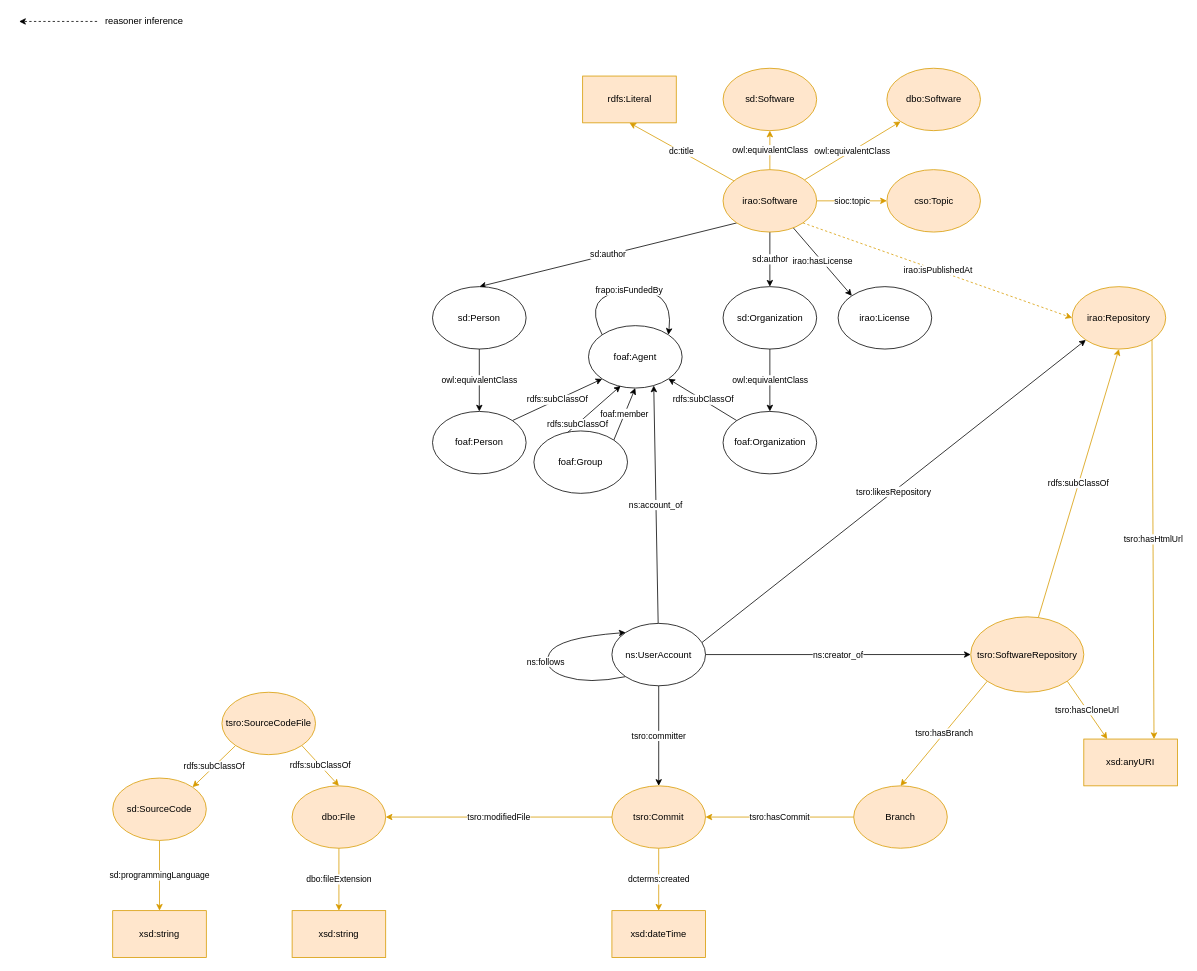
sabato-nocera/tsro keeps this draw.io diagram as ontologies/The Software Repository Ontology.drawio. Above is the earlier version. Source tidied: cells renumbered, new cells numbered last; positions are measured from the earlier drawing's top-left corner, leaving out a move shared by most shapes. Both pictures are drawn from the tidied source at 78%, with x=0, y=0 at pixel (19, 13).
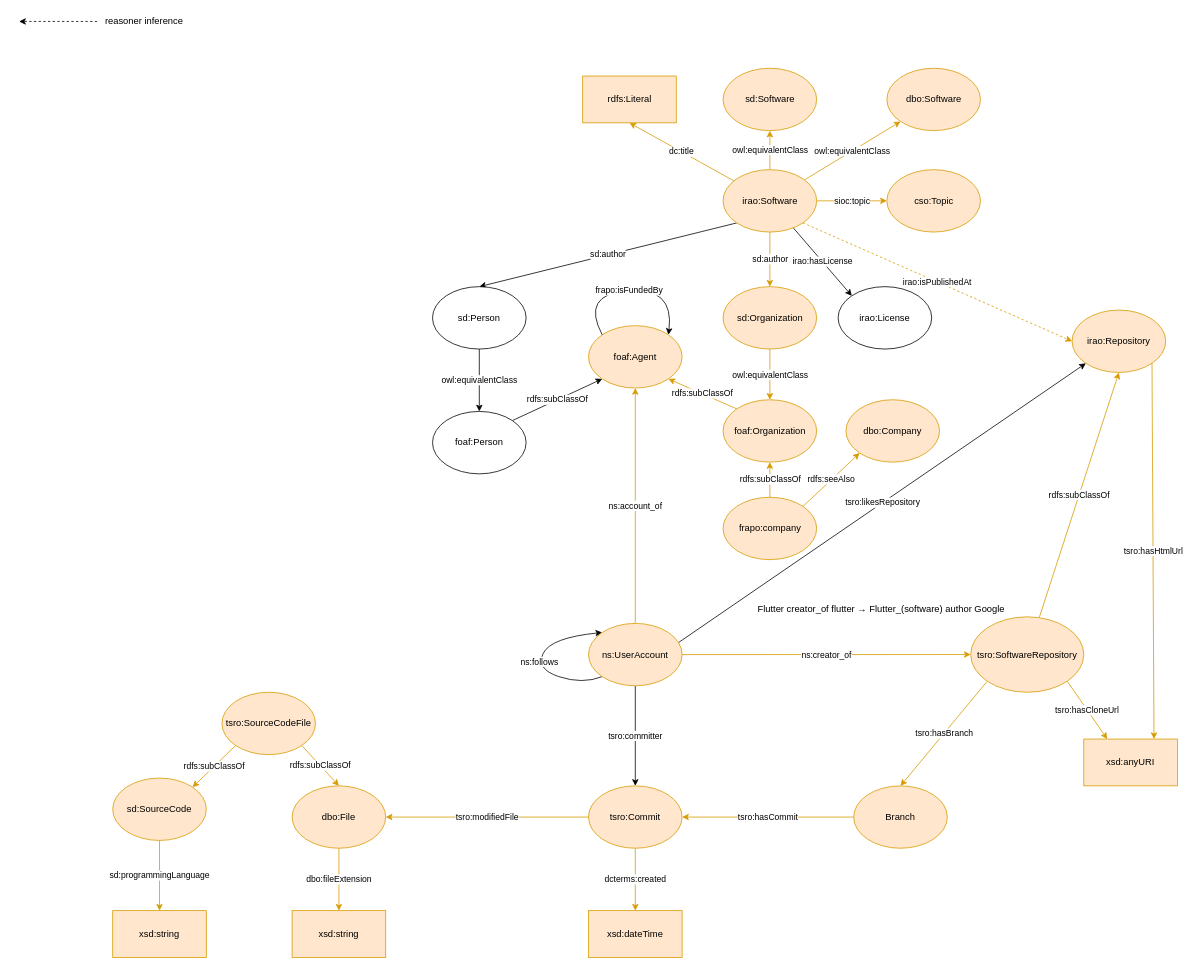
The same page after the edit.

Commit message (it also covers changes not shown here):
Creazione istanze per User Account e committer

The change refers to these unchanged cells:
```xml
<mxCell id="4" value="dbo:File" style="ellipse;whiteSpace=wrap;html=1;fillColor=#ffe6cc;strokeColor=#d79b00;" parent="1" vertex="1">
  <mxGeometry x="350" y="990" width="120" height="80" as="geometry" />
</mxCell>
<mxCell id="14" value="tsro:SoftwareRepository" style="ellipse;whiteSpace=wrap;html=1;fillColor=#ffe6cc;strokeColor=#d79b00;" parent="1" vertex="1">
  <mxGeometry x="1220" y="773.3" width="145" height="96.7" as="geometry" />
</mxCell>
<mxCell id="29" value="irao:Software" style="ellipse;whiteSpace=wrap;html=1;fillColor=#ffe6cc;strokeColor=#d79b00;" parent="1" vertex="1">
  <mxGeometry x="902.5" y="200" width="120" height="80" as="geometry" />
</mxCell>
```

The edit, as a diff of the source:
```diff
@@
     <mxCell id="2" value="irao:Repository" style="ellipse;whiteSpace=wrap;html=1;fillColor=#ffe6cc;strokeColor=#d79b00;" parent="1" vertex="1">
-      <mxGeometry x="1350" y="350" width="120" height="80" as="geometry" />
+      <mxGeometry x="1350" y="380" width="120" height="80" as="geometry" />
     </mxCell>
@@
     <mxCell id="6" value="tsro:Commit" style="ellipse;whiteSpace=wrap;html=1;fillColor=#ffe6cc;strokeColor=#d79b00;" parent="1" vertex="1">
-      <mxGeometry x="760" y="990" width="120" height="80" as="geometry" />
+      <mxGeometry x="730" y="990" width="120" height="80" as="geometry" />
     </mxCell>
@@
-    <mxCell id="10" value="tsro:modifiedFile" style="edgeStyle=none;rounded=0;jettySize=auto;html=1;entryX=1;entryY=0.5;entryDx=0;entryDy=0;exitX=0;exitY=0.5;exitDx=0;exitDy=0;fillColor=#ffe6cc;strokeColor=#d79b00;" parent="1" edge="1" source="6" target="4">
+    <mxCell id="10" value="tsro:modifiedFile" style="jettySize=auto;html=1;entryX=1;entryY=0.5;entryDx=0;entryDy=0;exitX=0;exitY=0.5;exitDx=0;exitDy=0;fillColor=#ffe6cc;strokeColor=#d79b00;rounded=0;" parent="1" edge="1" source="6" target="4">
       <mxGeometry relative="1" as="geometry" />
     </mxCell>
@@
-    <mxCell id="15" value="ns:account_of" style="edgeStyle=none;rounded=0;jettySize=auto;html=1;entryX=0.697;entryY=0.96;entryDx=0;entryDy=0;entryPerimeter=0;" parent="1" edge="1" source="20" target="54">
+    <mxCell id="15" value="ns:account_of" style="edgeStyle=none;rounded=0;jettySize=auto;html=1;entryX=0.5;entryY=1;entryDx=0;entryDy=0;fillColor=#ffe6cc;strokeColor=#d79b00;" parent="1" edge="1" source="20" target="54">
       <mxGeometry relative="1" as="geometry" />
     </mxCell>
-    <mxCell id="16" value="ns:creator_of" style="edgeStyle=none;rounded=0;jettySize=auto;html=1;entryX=0;entryY=0.5;entryDx=0;entryDy=0;" parent="1" edge="1" source="20" target="14">
+    <mxCell id="16" value="ns:creator_of" style="edgeStyle=none;rounded=0;jettySize=auto;html=1;entryX=0;entryY=0.5;entryDx=0;entryDy=0;fillColor=#ffe6cc;strokeColor=#d79b00;" parent="1" edge="1" source="20" target="14">
       <mxGeometry relative="1" as="geometry" />
     </mxCell>
@@
     <mxCell id="18" value="ns:follows" style="edgeStyle=none;orthogonalLoop=1;jettySize=auto;html=1;curved=1;entryX=0;entryY=0;entryDx=0;entryDy=0;exitX=0;exitY=1;exitDx=0;exitDy=0;" parent="1" edge="1" source="20" target="20">
       <mxGeometry relative="1" as="geometry">
         <Array as="points">
-          <mxPoint x="730" y="860" />
-          <mxPoint x="670" y="840" />
-          <mxPoint x="690" y="800" />
+          <mxPoint x="722" y="860" />
+          <mxPoint x="662" y="840" />
+          <mxPoint x="682" y="800" />
         </Array>
       </mxGeometry>
     </mxCell>
@@
-    <mxCell id="20" value="ns:UserAccount" style="ellipse;whiteSpace=wrap;html=1;" parent="1" vertex="1">
-      <mxGeometry x="760" y="781.7" width="120" height="80" as="geometry" />
+    <mxCell id="20" value="ns:UserAccount" style="ellipse;whiteSpace=wrap;html=1;fillColor=#ffe6cc;strokeColor=#d79b00;" parent="1" vertex="1">
+      <mxGeometry x="730" y="781.7" width="120" height="80" as="geometry" />
     </mxCell>
@@
-    <mxCell id="27" value="sd:author" style="edgeStyle=none;rounded=0;jettySize=auto;html=1;entryX=0.5;entryY=0;entryDx=0;entryDy=0;exitX=0.5;exitY=1;exitDx=0;exitDy=0;" parent="1" edge="1" source="29" target="46">
+    <mxCell id="27" value="sd:author" style="edgeStyle=none;rounded=0;jettySize=auto;html=1;entryX=0.5;entryY=0;entryDx=0;entryDy=0;exitX=0.5;exitY=1;exitDx=0;exitDy=0;fillColor=#ffe6cc;strokeColor=#d79b00;" parent="1" edge="1" source="29" target="46">
       <mxGeometry relative="1" as="geometry" />
     </mxCell>
@@
-    <mxCell id="45" value="owl:equivalentClass" style="edgeStyle=none;rounded=0;jettySize=auto;html=1;entryX=0.5;entryY=0;entryDx=0;entryDy=0;" parent="1" edge="1" source="46" target="51">
+    <mxCell id="45" value="owl:equivalentClass" style="edgeStyle=none;rounded=0;jettySize=auto;html=1;entryX=0.5;entryY=0;entryDx=0;entryDy=0;fillColor=#ffe6cc;strokeColor=#d79b00;" parent="1" edge="1" source="46" target="51">
       <mxGeometry relative="1" as="geometry" />
     </mxCell>
-    <mxCell id="46" value="sd:Organization" style="ellipse;whiteSpace=wrap;html=1;" parent="1" vertex="1">
+    <mxCell id="46" value="sd:Organization" style="ellipse;whiteSpace=wrap;html=1;fillColor=#ffe6cc;strokeColor=#d79b00;" parent="1" vertex="1">
       <mxGeometry x="902.5" y="350" width="120" height="80" as="geometry" />
     </mxCell>
@@
-    <mxCell id="50" value="rdfs:subClassOf" style="edgeStyle=none;rounded=0;jettySize=auto;html=1;exitX=0;exitY=0;exitDx=0;exitDy=0;entryX=1;entryY=1;entryDx=0;entryDy=0;" parent="1" edge="1" source="51" target="54">
+    <mxCell id="50" value="rdfs:subClassOf" style="edgeStyle=none;rounded=0;jettySize=auto;html=1;exitX=0;exitY=0;exitDx=0;exitDy=0;entryX=1;entryY=1;entryDx=0;entryDy=0;fillColor=#ffe6cc;strokeColor=#d79b00;" parent="1" edge="1" source="51" target="54">
       <mxGeometry relative="1" as="geometry" />
     </mxCell>
-    <mxCell id="51" value="foaf:Organization" style="ellipse;whiteSpace=wrap;html=1;" parent="1" vertex="1">
-      <mxGeometry x="902.5" y="510" width="120" height="80" as="geometry" />
+    <mxCell id="51" value="foaf:Organization" style="ellipse;whiteSpace=wrap;html=1;fillColor=#ffe6cc;strokeColor=#d79b00;" parent="1" vertex="1">
+      <mxGeometry x="902.5" y="495" width="120" height="80" as="geometry" />
     </mxCell>
     <mxCell id="52" value="xsd:dateTime" style="whiteSpace=wrap;html=1;fillColor=#ffe6cc;strokeColor=#d79b00;" parent="1" vertex="1">
-      <mxGeometry x="760" y="1150" width="120" height="60" as="geometry" />
+      <mxGeometry x="730" y="1150" width="120" height="60" as="geometry" />
     </mxCell>
@@
-    <mxCell id="54" value="foaf:Agent" style="ellipse;whiteSpace=wrap;html=1;" parent="1" vertex="1">
+    <mxCell id="54" value="foaf:Agent" style="ellipse;whiteSpace=wrap;html=1;fillColor=#ffe6cc;strokeColor=#d79b00;" parent="1" vertex="1">
       <mxGeometry x="730" y="400" width="120" height="80" as="geometry" />
     </mxCell>
+    <mxCell id="58" value="frapo:isFundedBy" style="edgeStyle=none;orthogonalLoop=1;jettySize=auto;html=1;curved=1;entryX=1;entryY=0;entryDx=0;entryDy=0;exitX=0;exitY=0;exitDx=0;exitDy=0;" parent="1" edge="1" source="54" target="54">
+      <mxGeometry relative="1" as="geometry">
+        <Array as="points">
+          <mxPoint x="720" y="360" />
+          <mxPoint x="840" y="350" />
+        </Array>
+      </mxGeometry>
+    </mxCell>
-    <mxCell id="55" value="rdfs:subClassOf" style="edgeStyle=none;rounded=0;jettySize=auto;html=1;entryX=0.343;entryY=0.965;entryDx=0;entryDy=0;exitX=0;exitY=0.5;exitDx=0;exitDy=0;entryPerimeter=0;" parent="1" edge="1" source="57" target="54">
+    <mxCell id="55" value="rdfs:subClassOf" style="edgeStyle=none;rounded=0;jettySize=auto;html=1;entryX=0.5;entryY=1;entryDx=0;entryDy=0;fillColor=#ffe6cc;strokeColor=#d79b00;" parent="1" edge="1" source="60" target="51">
       <mxGeometry relative="1" as="geometry" />
     </mxCell>
-    <mxCell id="56" value="foaf:member" style="edgeStyle=none;rounded=1;jettySize=auto;html=1;exitX=1;exitY=0;exitDx=0;exitDy=0;entryX=0.5;entryY=1;entryDx=0;entryDy=0;" parent="1" edge="1" source="57" target="54">
-      <mxGeometry relative="1" as="geometry" />
-    </mxCell>
-    <mxCell id="57" value="foaf:Group" style="ellipse;whiteSpace=wrap;html=1;" parent="1" vertex="1">
-      <mxGeometry x="660" y="535" width="120" height="80" as="geometry" />
-    </mxCell>
-    <mxCell id="58" value="frapo:isFundedBy" style="edgeStyle=none;orthogonalLoop=1;jettySize=auto;html=1;curved=1;entryX=1;entryY=0;entryDx=0;entryDy=0;exitX=0;exitY=0;exitDx=0;exitDy=0;" parent="1" edge="1" source="54" target="54">
-      <mxGeometry relative="1" as="geometry">
-        <Array as="points">
-          <mxPoint x="720" y="360" />
-          <mxPoint x="840" y="350" />
-        </Array>
-      </mxGeometry>
-    </mxCell>
+    <mxCell id="59" value="rdfs:seeAlso" style="edgeStyle=none;rounded=0;jettySize=auto;html=1;exitX=1;exitY=0;exitDx=0;exitDy=0;entryX=0;entryY=1;entryDx=0;entryDy=0;fillColor=#ffe6cc;strokeColor=#d79b00;" parent="1" edge="1" source="60" target="61">
+      <mxGeometry relative="1" as="geometry" />
+    </mxCell>
+    <mxCell id="60" value="frapo:company" style="ellipse;whiteSpace=wrap;html=1;fillColor=#ffe6cc;strokeColor=#d79b00;" parent="1" vertex="1">
+      <mxGeometry x="902.5" y="620" width="120" height="80" as="geometry" />
+    </mxCell>
+    <mxCell id="61" value="dbo:Company" style="ellipse;whiteSpace=wrap;html=1;fillColor=#ffe6cc;strokeColor=#d79b00;" parent="1" vertex="1">
+      <mxGeometry x="1060" y="495" width="120" height="80" as="geometry" />
+    </mxCell>
+    <mxCell id="62" value="Flutter creator_of flutter → Flutter_(software) author Google" style="text;html=1;align=center;verticalAlign=middle;strokeColor=none;fillColor=none;" parent="1" vertex="1">
+      <mxGeometry x="940" y="753.3" width="330" height="20" as="geometry" />
+    </mxCell>
```
